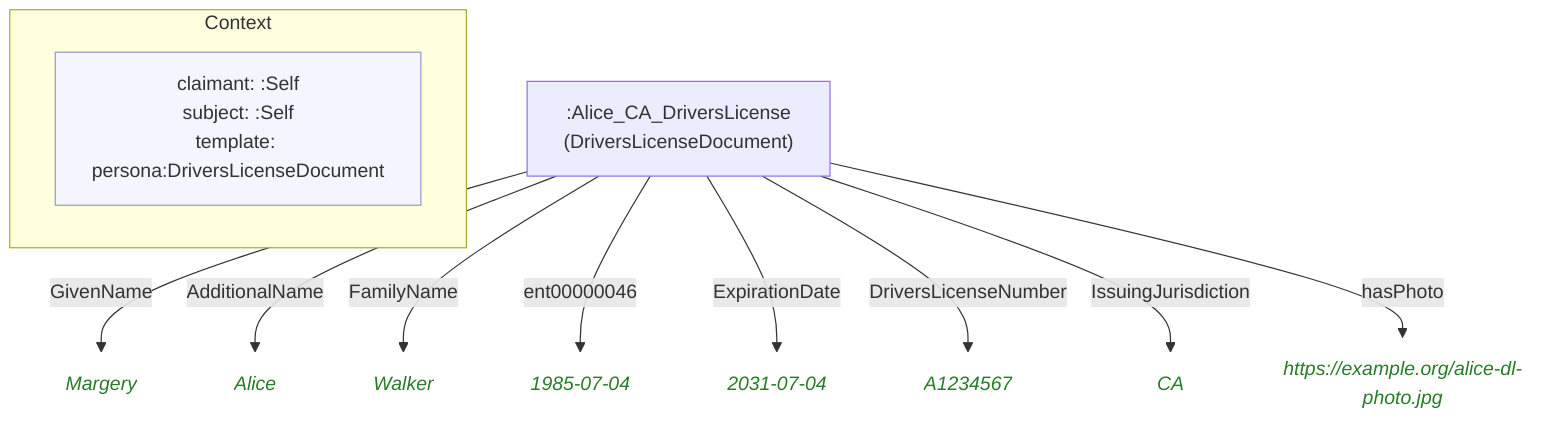
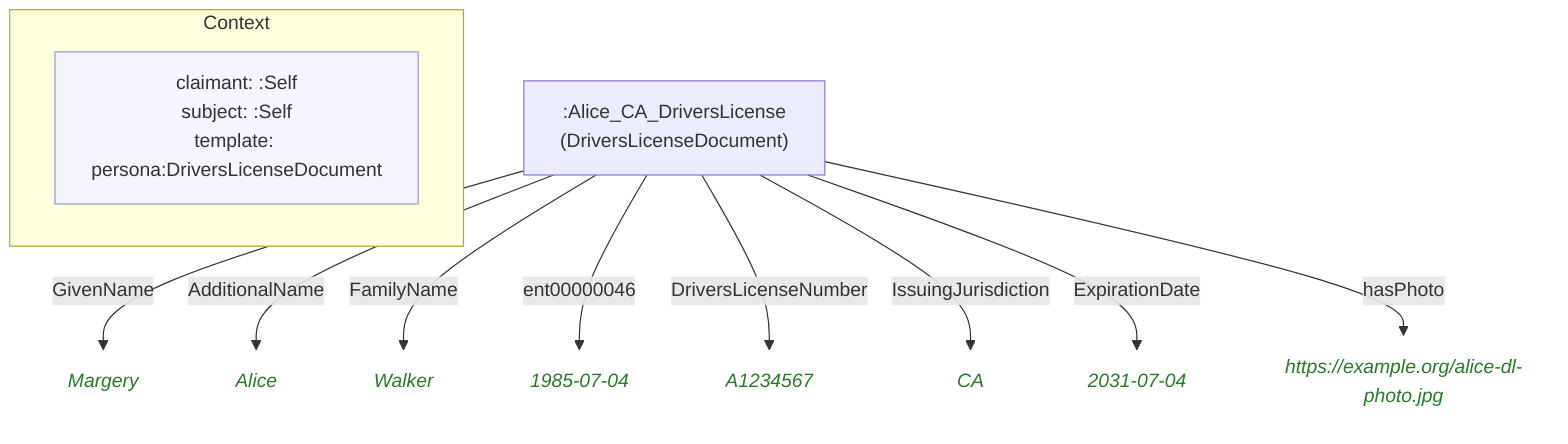
flowchart TD
    classDef person fill:#fffacd,stroke:#aaa,color:#333
    classDef grp    fill:#d4edda,stroke:#aaa,color:#333
    classDef org    fill:#cce5ff,stroke:#aaa,color:#333
    classDef lit    fill:none,stroke:none,font-style:italic,color:#2a7a2a
    classDef meta   fill:#f5f5ff,stroke:#9999cc,color:#333

    subgraph ctx["Context"]
        direction LR
        ctx_meta["claimant: :Self\nsubject: :Self\ntemplate: persona:DriversLicenseDocument"]:::meta
    end

    naafab809f865[":Alice_CA_DriversLicense\n(DriversLicenseDocument)"]
-     n67ea2fdfc2bd("Margery"):::lit
-     n53611c8bd7fb("Alice"):::lit
-     n28f08aaef342("Walker"):::lit
-     nf6285eb09080("1985-07-04"):::lit
-     ndc6cf0d8761c("2031-07-04"):::lit
-     nc6d60a60851d("A1234567"):::lit
-     ne3b7efacdff3("CA"):::lit
+     n85c795be52b1("Margery"):::lit
+     n53a948699e82("Alice"):::lit
+     na9ab639db15f("Walker"):::lit
+     n02504b5ca7ec("1985-07-04"):::lit
+     nbdf78b029634("A1234567"):::lit
+     n35320f48d51a("CA"):::lit
+     n20df9ffd7aee("2031-07-04"):::lit
    n2d7288ec7ae7("https://example.org/alice-dl-photo.jpg"):::lit

-     naafab809f865 -->|"GivenName"| n67ea2fdfc2bd
-     naafab809f865 -->|"AdditionalName"| n53611c8bd7fb
-     naafab809f865 -->|"FamilyName"| n28f08aaef342
-     naafab809f865 -->|"ent00000046"| nf6285eb09080
-     naafab809f865 -->|"ExpirationDate"| ndc6cf0d8761c
-     naafab809f865 -->|"DriversLicenseNumber"| nc6d60a60851d
-     naafab809f865 -->|"IssuingJurisdiction"| ne3b7efacdff3
+     naafab809f865 -->|"GivenName"| n85c795be52b1
+     naafab809f865 -->|"AdditionalName"| n53a948699e82
+     naafab809f865 -->|"FamilyName"| na9ab639db15f
+     naafab809f865 -->|"ent00000046"| n02504b5ca7ec
+     naafab809f865 -->|"DriversLicenseNumber"| nbdf78b029634
+     naafab809f865 -->|"IssuingJurisdiction"| n35320f48d51a
+     naafab809f865 -->|"ExpirationDate"| n20df9ffd7aee
    naafab809f865 -->|"hasPhoto"| n2d7288ec7ae7
